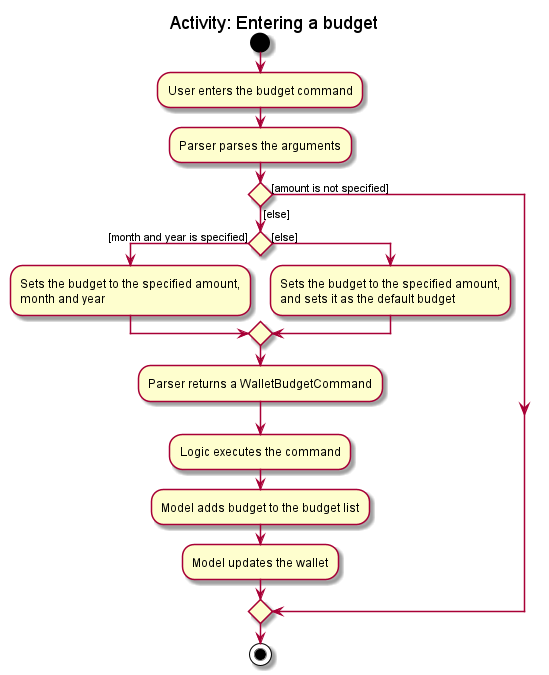
Above: docs/images/WalletBudgetActivityDiagram.png in syinyichen/main (PlantUML), before the change.
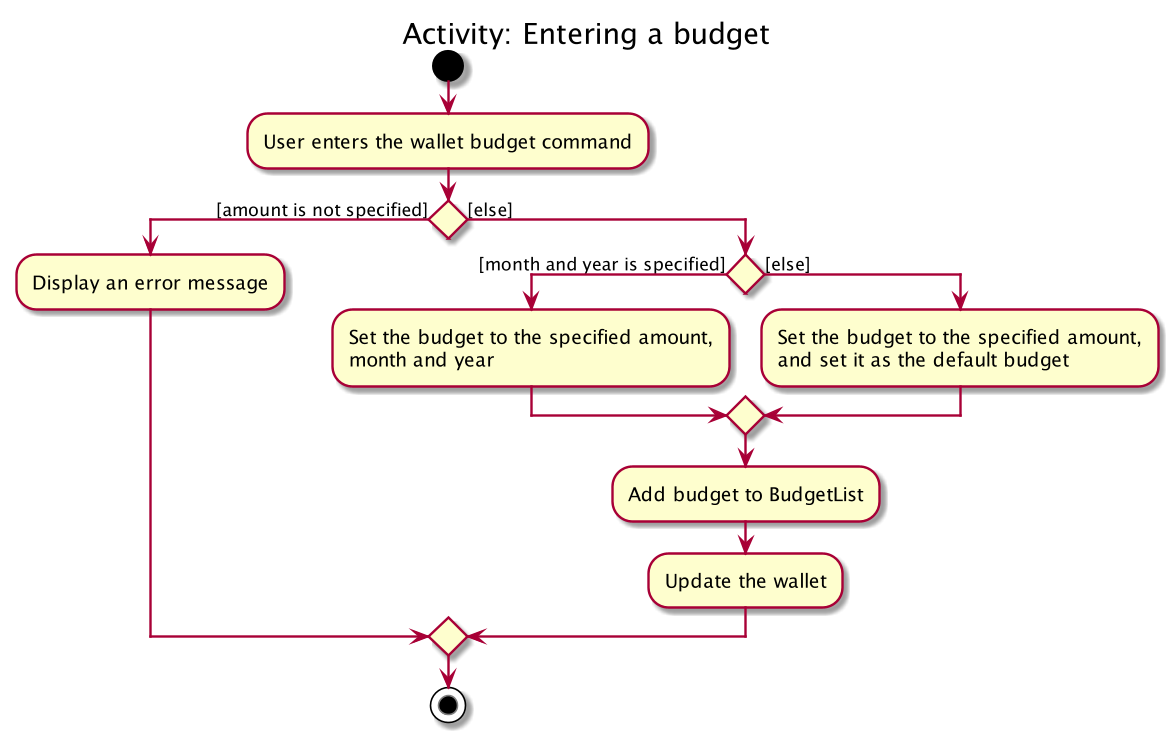
Later version of the same file.

The edit, as a diff of the source:
```diff
@@ -1,22 +1,20 @@
 @startuml
 title Activity: Entering a budget
 start
-:User enters the budget command;
-:Parser parses the arguments;
+:User enters the wallet budget command;
 
 if () then ([amount is not specified])
+    :Display an error message;
 else ([else])
     if () then ([month and year is specified])
-        :Sets the budget to the specified amount,
+        :Set the budget to the specified amount,
         month and year;
     else ([else])
-        :Sets the budget to the specified amount,
-        and sets it as the default budget;
+        :Set the budget to the specified amount,
+        and set it as the default budget;
     endif
-    :Parser returns a WalletBudgetCommand;
-    :Logic executes the command;
-    :Model adds budget to the budget list;
-    :Model updates the wallet;
+    :Add budget to BudgetList;
+    :Update the wallet;
 endif
 stop
 @enduml
```
